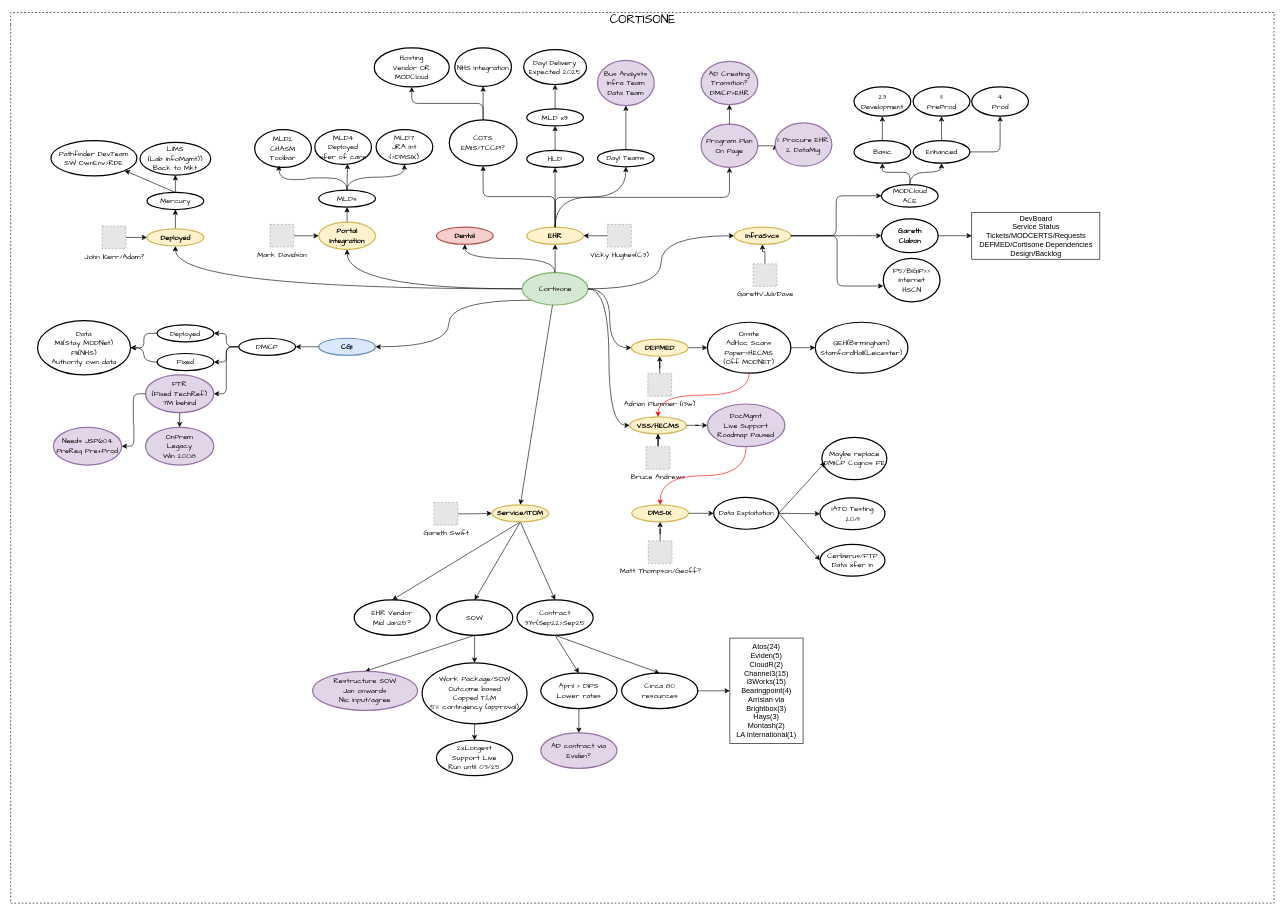
The draw.io diagram page "Overview" (1 of 4) of 202411 Cortisone.drawio in dalegent42/DrawIO, before the edit. Source tidied: cells renumbered, new cells numbered last; positions are measured from the earlier drawing's top-left corner, leaving out a move shared by most shapes. Both pictures are drawn from the tidied source at 61%, with x=0, y=0 at pixel (10, 12). Pictures stored in the file or linked from it are replaced by grey dashed boxes.
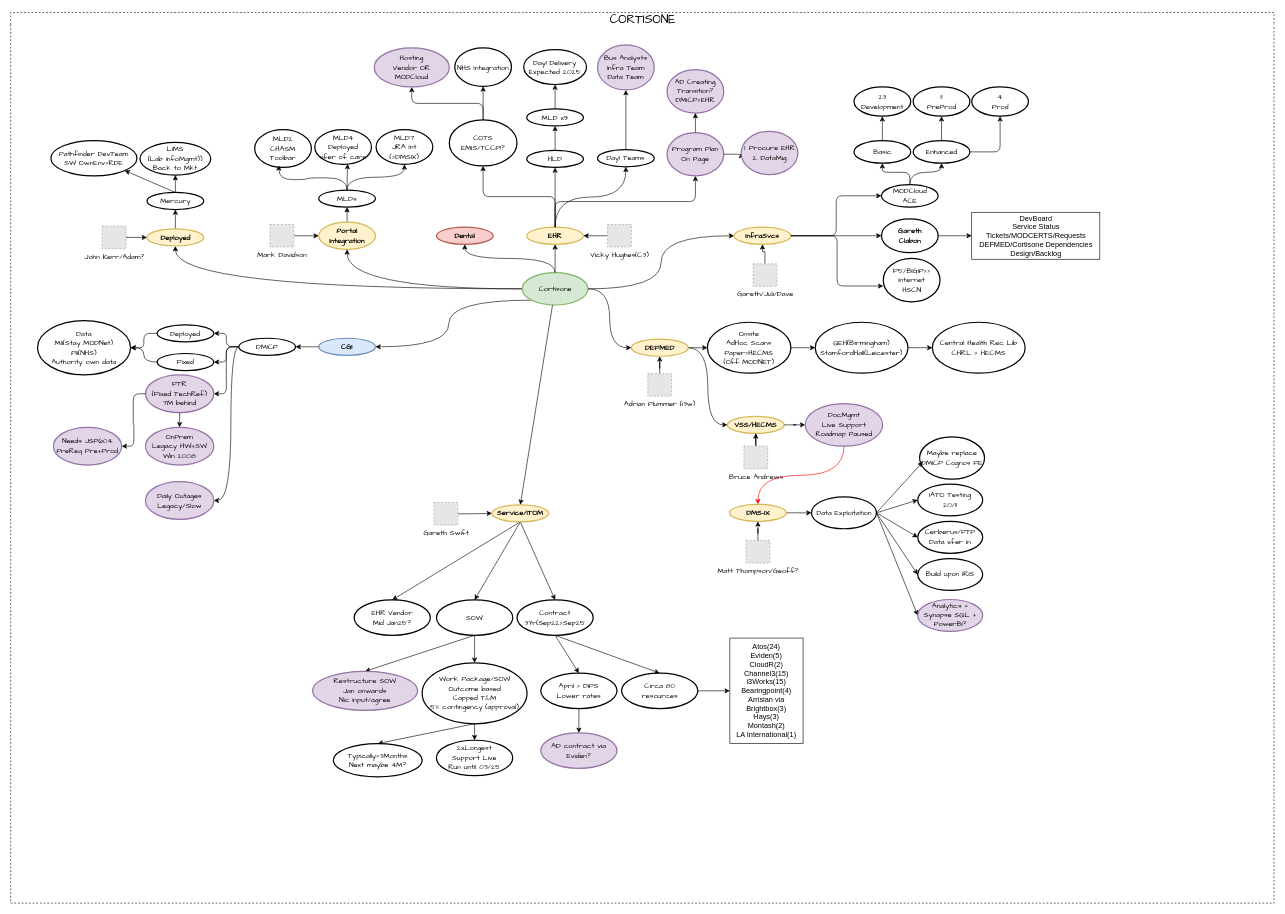
The same page after the edit.

The change refers to these unchanged cells:
```xml
<mxCell id="2" value="&lt;span style=&quot;&quot;&gt;&lt;font style=&quot;font-size: 20px;&quot;&gt;CORTISONE&lt;/font&gt;&lt;/span&gt;" style="swimlane;html=1;startSize=20;horizontal=1;containerType=tree;labelBackgroundColor=none;strokeWidth=1;fontFamily=Comic Sans MS;fontSize=9;swimlaneLine=0;dashed=1;fontStyle=0;" parent="1" vertex="1">
  <mxGeometry width="2071" height="1460" as="geometry" />
</mxCell>
<mxCell id="8" value="&lt;font face=&quot;Comic Sans MS&quot;&gt;Cortisone&lt;/font&gt;" style="ellipse;whiteSpace=wrap;html=1;align=center;strokeWidth=2;fillColor=#d5e8d4;strokeColor=#82b366;" parent="2" vertex="1">
  <mxGeometry x="838.5" y="426.5" width="108" height="53" as="geometry" />
</mxCell>
<mxCell id="35" value="&lt;font face=&quot;Comic Sans MS&quot;&gt;DEFMED&lt;/font&gt;" style="ellipse;whiteSpace=wrap;html=1;align=center;strokeWidth=2;fontStyle=1;fillColor=#fff2cc;strokeColor=#d6b656;" parent="2" vertex="1">
  <mxGeometry x="1017.5" y="535.5" width="93" height="28" as="geometry" />
</mxCell>
<mxCell id="49" value="&lt;font face=&quot;Comic Sans MS&quot;&gt;DMICP&lt;/font&gt;" style="ellipse;whiteSpace=wrap;html=1;align=center;strokeWidth=2;" parent="2" vertex="1">
  <mxGeometry x="374" y="534" width="93" height="28" as="geometry" />
</mxCell>
<mxCell id="78" value="&lt;font face=&quot;Comic Sans MS&quot;&gt;Onsite&lt;/font&gt;&lt;div&gt;&lt;font face=&quot;Comic Sans MS&quot;&gt;AdHoc Scans&lt;/font&gt;&lt;/div&gt;&lt;div&gt;&lt;font face=&quot;Comic Sans MS&quot;&gt;Paper&amp;gt;HECMS&lt;/font&gt;&lt;/div&gt;&lt;div&gt;&lt;font face=&quot;Comic Sans MS&quot;&gt;(Off MODNET)&lt;/font&gt;&lt;/div&gt;" style="ellipse;whiteSpace=wrap;html=1;align=center;strokeWidth=2;fontStyle=0;" parent="2" vertex="1">
  <mxGeometry x="1142.2" y="507.8" width="136.8" height="83.5" as="geometry" />
</mxCell>
<mxCell id="88" value="&lt;font face=&quot;Comic Sans MS&quot;&gt;Work Package/SOW&lt;/font&gt;&lt;div&gt;&lt;font face=&quot;Comic Sans MS&quot;&gt;Outcome based&lt;/font&gt;&lt;div&gt;&lt;font face=&quot;Comic Sans MS&quot;&gt;Capped T&amp;amp;M&lt;/font&gt;&lt;/div&gt;&lt;div&gt;&lt;font face=&quot;Comic Sans MS&quot;&gt;5% contingency (approval)&lt;/font&gt;&lt;/div&gt;&lt;/div&gt;" style="ellipse;whiteSpace=wrap;html=1;align=center;strokeWidth=2;fontStyle=0;" parent="2" vertex="1">
  <mxGeometry x="674.5" y="1066" width="172" height="100" as="geometry" />
</mxCell>
<mxCell id="144" value="&lt;font face=&quot;Comic Sans MS&quot;&gt;QEH(Birmingham)&lt;/font&gt;&lt;div&gt;&lt;font face=&quot;Comic Sans MS&quot;&gt;StamfordHall(Leicester)&lt;/font&gt;&lt;/div&gt;" style="ellipse;whiteSpace=wrap;html=1;align=center;strokeWidth=2;fontStyle=0;" parent="2" vertex="1">
  <mxGeometry x="1319" y="507.8" width="152" height="83.5" as="geometry" />
</mxCell>
```

What changed in the source:
```diff
@@
-    <mxCell id="21" style="edgeStyle=orthogonalEdgeStyle;rounded=0;jettySize=auto;html=1;exitX=1;exitY=0.5;exitDx=0;exitDy=0;entryX=0;entryY=0.5;entryDx=0;entryDy=0;curved=1;" parent="2" edge="1" source="8" target="22">
+    <mxCell id="21" style="edgeStyle=orthogonalEdgeStyle;rounded=0;jettySize=auto;html=1;entryX=0;entryY=0.5;entryDx=0;entryDy=0;curved=1;exitX=1;exitY=0.5;exitDx=0;exitDy=0;" parent="2" edge="1" source="35" target="22">
       <mxGeometry relative="1" as="geometry" />
     </mxCell>
     <mxCell id="22" value="&lt;font face=&quot;Comic Sans MS&quot;&gt;VSS/HECMS&lt;/font&gt;" style="ellipse;whiteSpace=wrap;html=1;align=center;strokeWidth=2;fontStyle=1;fillColor=#fff2cc;strokeColor=#d6b656;" parent="2" vertex="1">
-      <mxGeometry x="1014.8" y="662.8" width="93" height="28" as="geometry" />
+      <mxGeometry x="1175" y="662" width="93" height="28" as="geometry" />
     </mxCell>
@@
     <mxCell id="24" value="Bruce Andrews" style="fillColor=#E6E6E6;strokeColor=#999999;dashed=1;html=1;verticalAlign=top;verticalLabelPosition=bottom;labelBackgroundColor=#ffffff;fontFamily=Comic Sans MS;fontSize=12;fontColor=#000000;align=center;" parent="2" vertex="1">
-      <mxGeometry x="1041.8" y="711.8" width="39" height="37" as="geometry" />
+      <mxGeometry x="1202" y="711" width="39" height="37" as="geometry" />
     </mxCell>
@@
     <mxCell id="43" value="&lt;font face=&quot;Comic Sans MS&quot;&gt;DMS-IX&lt;/font&gt;" style="ellipse;whiteSpace=wrap;html=1;align=center;strokeWidth=2;fontStyle=1;fillColor=#fff2cc;strokeColor=#d6b656;" parent="2" vertex="1">
-      <mxGeometry x="1018.2" y="807" width="93" height="28" as="geometry" />
+      <mxGeometry x="1178.5" y="806.2" width="93" height="28" as="geometry" />
     </mxCell>
     <mxCell id="44" value="Matt Thompson/Geoff?" style="fillColor=#E6E6E6;strokeColor=#999999;dashed=1;html=1;verticalAlign=top;verticalLabelPosition=bottom;labelBackgroundColor=#ffffff;fontFamily=Comic Sans MS;fontSize=12;fontColor=#000000;align=center;" parent="2" vertex="1">
-      <mxGeometry x="1045.2" y="866.2" width="39" height="37" as="geometry" />
+      <mxGeometry x="1205.5" y="865.5" width="39" height="37" as="geometry" />
     </mxCell>
@@
+    <mxCell id="145" style="edgeStyle=orthogonalEdgeStyle;rounded=0;jettySize=auto;html=1;exitX=0;exitY=0.5;exitDx=0;exitDy=0;entryX=1;entryY=0.5;entryDx=0;entryDy=0;curved=1;" parent="2" edge="1" source="49" target="146">
+      <mxGeometry relative="1" as="geometry">
+        <Array as="points">
+          <mxPoint x="361" y="548" />
+          <mxPoint x="361" y="800" />
+        </Array>
+      </mxGeometry>
+    </mxCell>
@@
     <mxCell id="92" value="&lt;font face=&quot;Comic Sans MS&quot;&gt;Program Plan&lt;/font&gt;&lt;div&gt;&lt;font face=&quot;Comic Sans MS&quot;&gt;On Page&lt;/font&gt;&lt;/div&gt;" style="ellipse;whiteSpace=wrap;html=1;align=center;strokeWidth=2;fillColor=#e1d5e7;strokeColor=#9673a6;" parent="2" vertex="1">
-      <mxGeometry x="1131.8" y="183" width="93" height="71" as="geometry" />
+      <mxGeometry x="1076" y="196.8" width="93" height="71" as="geometry" />
     </mxCell>
-    <mxCell id="93" value="&lt;font face=&quot;Comic Sans MS&quot;&gt;OnPrem&lt;/font&gt;&lt;div&gt;&lt;font face=&quot;Comic Sans MS&quot;&gt;Legacy&lt;/font&gt;&lt;div&gt;&lt;font face=&quot;Comic Sans MS&quot;&gt;Win 2008&lt;/font&gt;&lt;/div&gt;&lt;/div&gt;" style="ellipse;whiteSpace=wrap;html=1;align=center;strokeWidth=2;fillColor=#e1d5e7;strokeColor=#9673a6;" parent="2" vertex="1">
+    <mxCell id="93" value="&lt;font face=&quot;Comic Sans MS&quot;&gt;OnPrem&lt;/font&gt;&lt;div&gt;&lt;font face=&quot;Comic Sans MS&quot;&gt;Legacy HW+SW&lt;/font&gt;&lt;div&gt;&lt;font face=&quot;Comic Sans MS&quot;&gt;Win 2008&lt;/font&gt;&lt;/div&gt;&lt;/div&gt;" style="ellipse;whiteSpace=wrap;html=1;align=center;strokeWidth=2;fillColor=#e1d5e7;strokeColor=#9673a6;" parent="2" vertex="1">
       <mxGeometry x="221" y="680" width="112" height="62" as="geometry" />
     </mxCell>
@@
     <mxCell id="96" value="&lt;font face=&quot;Comic Sans MS&quot;&gt;AD Creating&lt;/font&gt;&lt;div&gt;&lt;font face=&quot;Comic Sans MS&quot;&gt;Transition?&lt;/font&gt;&lt;div&gt;&lt;font face=&quot;Comic Sans MS&quot;&gt;DMICP&amp;gt;EHR&lt;/font&gt;&lt;/div&gt;&lt;/div&gt;" style="ellipse;whiteSpace=wrap;html=1;align=center;strokeWidth=2;fillColor=#e1d5e7;strokeColor=#9673a6;" parent="2" vertex="1">
-      <mxGeometry x="1131.8" y="80" width="93" height="71" as="geometry" />
+      <mxGeometry x="1076" y="93.8" width="93" height="71" as="geometry" />
     </mxCell>
@@
     <mxCell id="111" value="&lt;font face=&quot;Comic Sans MS&quot;&gt;DocMgmt&lt;/font&gt;&lt;div&gt;&lt;font face=&quot;Comic Sans MS&quot;&gt;Live Support&lt;/font&gt;&lt;/div&gt;&lt;div&gt;&lt;font face=&quot;Comic Sans MS&quot;&gt;Roadmap Paused&lt;/font&gt;&lt;/div&gt;" style="ellipse;whiteSpace=wrap;html=1;align=center;strokeWidth=2;fontStyle=0;fillColor=#e1d5e7;strokeColor=#9673a6;" parent="2" vertex="1">
-      <mxGeometry x="1142.2" y="641.8" width="127" height="70" as="geometry" />
+      <mxGeometry x="1302.5" y="641" width="127" height="70" as="geometry" />
     </mxCell>
-    <mxCell id="112" style="edgeStyle=none;rounded=0;jettySize=auto;html=1;entryX=0;entryY=0.5;entryDx=0;entryDy=0;" parent="2" edge="1" source="113" target="114">
+    <mxCell id="112" style="edgeStyle=none;rounded=0;jettySize=auto;html=1;entryX=0;entryY=0.5;entryDx=0;entryDy=0;exitX=1;exitY=0.5;exitDx=0;exitDy=0;" parent="2" edge="1" source="113" target="114">
       <mxGeometry relative="1" as="geometry" />
     </mxCell>
     <mxCell id="113" value="&lt;font face=&quot;Comic Sans MS&quot;&gt;Data Exploitation&lt;/font&gt;" style="ellipse;whiteSpace=wrap;html=1;align=center;strokeWidth=2;" parent="2" vertex="1">
-      <mxGeometry x="1152.5" y="794.9" width="106.5" height="52.2" as="geometry" />
+      <mxGeometry x="1312.8" y="794.1" width="106.5" height="52.2" as="geometry" />
     </mxCell>
     <mxCell id="114" value="&lt;font face=&quot;Comic Sans MS&quot;&gt;IATO Testing&lt;/font&gt;&lt;div&gt;&lt;font face=&quot;Comic Sans MS&quot;&gt;20/11&lt;/font&gt;&lt;/div&gt;" style="ellipse;whiteSpace=wrap;html=1;align=center;strokeWidth=2;" parent="2" vertex="1">
-      <mxGeometry x="1326.8" y="795.6" width="106.5" height="52.2" as="geometry" />
+      <mxGeometry x="1487" y="773.1" width="106.5" height="52.2" as="geometry" />
     </mxCell>
@@
     <mxCell id="119" value="&lt;font face=&quot;Comic Sans MS&quot;&gt;Cerberus/FTP&lt;/font&gt;&lt;div&gt;&lt;font face=&quot;Comic Sans MS&quot;&gt;Data xfer in&lt;/font&gt;&lt;/div&gt;" style="ellipse;whiteSpace=wrap;html=1;align=center;strokeWidth=2;" parent="2" vertex="1">
-      <mxGeometry x="1326.8" y="871.8" width="106.5" height="52.2" as="geometry" />
+      <mxGeometry x="1487" y="834.3" width="106.5" height="52.2" as="geometry" />
     </mxCell>
@@
     <mxCell id="121" value="&lt;font face=&quot;Comic Sans MS&quot;&gt;Maybe replace DMICP Cognos FE&lt;/font&gt;" style="ellipse;whiteSpace=wrap;html=1;align=center;strokeWidth=2;" parent="2" vertex="1">
-      <mxGeometry x="1329.8" y="696.5" width="106.5" height="69.2" as="geometry" />
+      <mxGeometry x="1490" y="695.8" width="106.5" height="69.2" as="geometry" />
     </mxCell>
@@
     <mxCell id="129" value="&lt;font face=&quot;Comic Sans MS&quot;&gt;1. Procure EHR&lt;/font&gt;&lt;div&gt;&lt;font face=&quot;Comic Sans MS&quot;&gt;2. DataMig&lt;/font&gt;&lt;/div&gt;" style="ellipse;whiteSpace=wrap;html=1;align=center;strokeWidth=2;fillColor=#e1d5e7;strokeColor=#9673a6;" parent="2" vertex="1">
-      <mxGeometry x="1253.2" y="181" width="93" height="71" as="geometry" />
+      <mxGeometry x="1197.5" y="194.8" width="93" height="71" as="geometry" />
     </mxCell>
@@
-    <mxCell id="137" value="&lt;font face=&quot;Comic Sans MS&quot;&gt;Hosting&lt;/font&gt;&lt;div&gt;&lt;font face=&quot;Comic Sans MS&quot;&gt;Vendor OR&lt;/font&gt;&lt;div&gt;&lt;font face=&quot;Comic Sans MS&quot;&gt;MODCloud&lt;/font&gt;&lt;/div&gt;&lt;/div&gt;" style="ellipse;whiteSpace=wrap;html=1;align=center;strokeWidth=2;" parent="2" vertex="1">
+    <mxCell id="137" value="&lt;font face=&quot;Comic Sans MS&quot;&gt;Hosting&lt;/font&gt;&lt;div&gt;&lt;font face=&quot;Comic Sans MS&quot;&gt;Vendor OR&lt;/font&gt;&lt;div&gt;&lt;font face=&quot;Comic Sans MS&quot;&gt;MODCloud&lt;/font&gt;&lt;/div&gt;&lt;/div&gt;" style="ellipse;whiteSpace=wrap;html=1;align=center;strokeWidth=2;fillColor=#e1d5e7;strokeColor=#9673a6;" parent="2" vertex="1">
       <mxGeometry x="596" y="58" width="123" height="64" as="geometry" />
     </mxCell>
@@
     <mxCell id="140" value="&lt;font face=&quot;Comic Sans MS&quot;&gt;Bus Analysts&lt;/font&gt;&lt;div&gt;&lt;font face=&quot;Comic Sans MS&quot;&gt;Infra Team&lt;/font&gt;&lt;/div&gt;&lt;div&gt;&lt;font face=&quot;Comic Sans MS&quot;&gt;Data Team&lt;/font&gt;&lt;/div&gt;" style="ellipse;whiteSpace=wrap;html=1;align=center;strokeWidth=2;fillColor=#e1d5e7;strokeColor=#9673a6;" parent="2" vertex="1">
-      <mxGeometry x="962" y="78.6" width="93" height="73.9" as="geometry" />
+      <mxGeometry x="962" y="53.1" width="93" height="73.9" as="geometry" />
     </mxCell>
@@
-    <mxCell id="142" style="edgeStyle=orthogonalEdgeStyle;rounded=0;jettySize=auto;html=1;exitX=0.5;exitY=1;exitDx=0;exitDy=0;entryX=0.5;entryY=0;entryDx=0;entryDy=0;curved=1;strokeColor=#FF0000;" parent="2" edge="1" source="78" target="22">
-      <mxGeometry relative="1" as="geometry" />
-    </mxCell>
@@
+    <mxCell id="146" value="&lt;font face=&quot;Comic Sans MS&quot;&gt;Daily Outages&lt;/font&gt;&lt;div&gt;&lt;font face=&quot;Comic Sans MS&quot;&gt;Legacy/Slow&lt;/font&gt;&lt;/div&gt;" style="ellipse;whiteSpace=wrap;html=1;align=center;strokeWidth=2;fillColor=#e1d5e7;strokeColor=#9673a6;" parent="2" vertex="1">
+      <mxGeometry x="221" y="769" width="112" height="62" as="geometry" />
+    </mxCell>
+    <mxCell id="147" style="edgeStyle=none;rounded=0;jettySize=auto;html=1;exitX=0.5;exitY=1;exitDx=0;exitDy=0;entryX=0.5;entryY=0;entryDx=0;entryDy=0;" parent="2" edge="1" source="88" target="148">
+      <mxGeometry relative="1" as="geometry" />
+    </mxCell>
+    <mxCell id="148" value="&lt;font face=&quot;Comic Sans MS&quot;&gt;Typically=3Months&lt;/font&gt;&lt;div&gt;&lt;font face=&quot;Comic Sans MS&quot;&gt;Next maybe 4M?&lt;/font&gt;&lt;/div&gt;" style="ellipse;whiteSpace=wrap;html=1;align=center;strokeWidth=2;fontStyle=0;" parent="2" vertex="1">
+      <mxGeometry x="529" y="1198.5" width="145.5" height="54.5" as="geometry" />
+    </mxCell>
+    <mxCell id="149" style="edgeStyle=none;rounded=0;jettySize=auto;html=1;exitX=1;exitY=0.5;exitDx=0;exitDy=0;entryX=0;entryY=0.5;entryDx=0;entryDy=0;" parent="2" edge="1" source="113" target="150">
+      <mxGeometry relative="1" as="geometry" />
+    </mxCell>
+    <mxCell id="150" value="&lt;font face=&quot;Comic Sans MS&quot;&gt;Build upon IRIS&lt;/font&gt;" style="ellipse;whiteSpace=wrap;html=1;align=center;strokeWidth=2;" parent="2" vertex="1">
+      <mxGeometry x="1487" y="895.3" width="106.5" height="52.2" as="geometry" />
+    </mxCell>
+    <mxCell id="151" style="edgeStyle=none;rounded=0;jettySize=auto;html=1;exitX=1;exitY=0.5;exitDx=0;exitDy=0;entryX=0;entryY=0.5;entryDx=0;entryDy=0;" parent="2" edge="1" source="113" target="152">
+      <mxGeometry relative="1" as="geometry" />
+    </mxCell>
+    <mxCell id="152" value="&lt;font face=&quot;Comic Sans MS&quot;&gt;Analytics = Synapse SQL +&lt;/font&gt;&lt;div&gt;&lt;font face=&quot;Comic Sans MS&quot;&gt;PowerBI?&lt;/font&gt;&lt;/div&gt;" style="ellipse;whiteSpace=wrap;html=1;align=center;strokeWidth=2;fillColor=#e1d5e7;strokeColor=#9673a6;" parent="2" vertex="1">
+      <mxGeometry x="1487" y="962.3" width="106.5" height="52.2" as="geometry" />
+    </mxCell>
+    <mxCell id="153" style="edgeStyle=none;rounded=0;jettySize=auto;html=1;exitX=1;exitY=0.5;exitDx=0;exitDy=0;entryX=0;entryY=0.5;entryDx=0;entryDy=0;" parent="2" edge="1" source="144" target="154">
+      <mxGeometry relative="1" as="geometry" />
+    </mxCell>
+    <mxCell id="154" value="&lt;font face=&quot;Comic Sans MS&quot;&gt;Central Health Rec Lib&lt;/font&gt;&lt;div&gt;&lt;font face=&quot;Comic Sans MS&quot;&gt;CHRL &amp;gt; HECMS&lt;/font&gt;&lt;/div&gt;" style="ellipse;whiteSpace=wrap;html=1;align=center;strokeWidth=2;fontStyle=0;" parent="2" vertex="1">
+      <mxGeometry x="1511" y="507.8" width="152" height="83.5" as="geometry" />
+    </mxCell>
```
